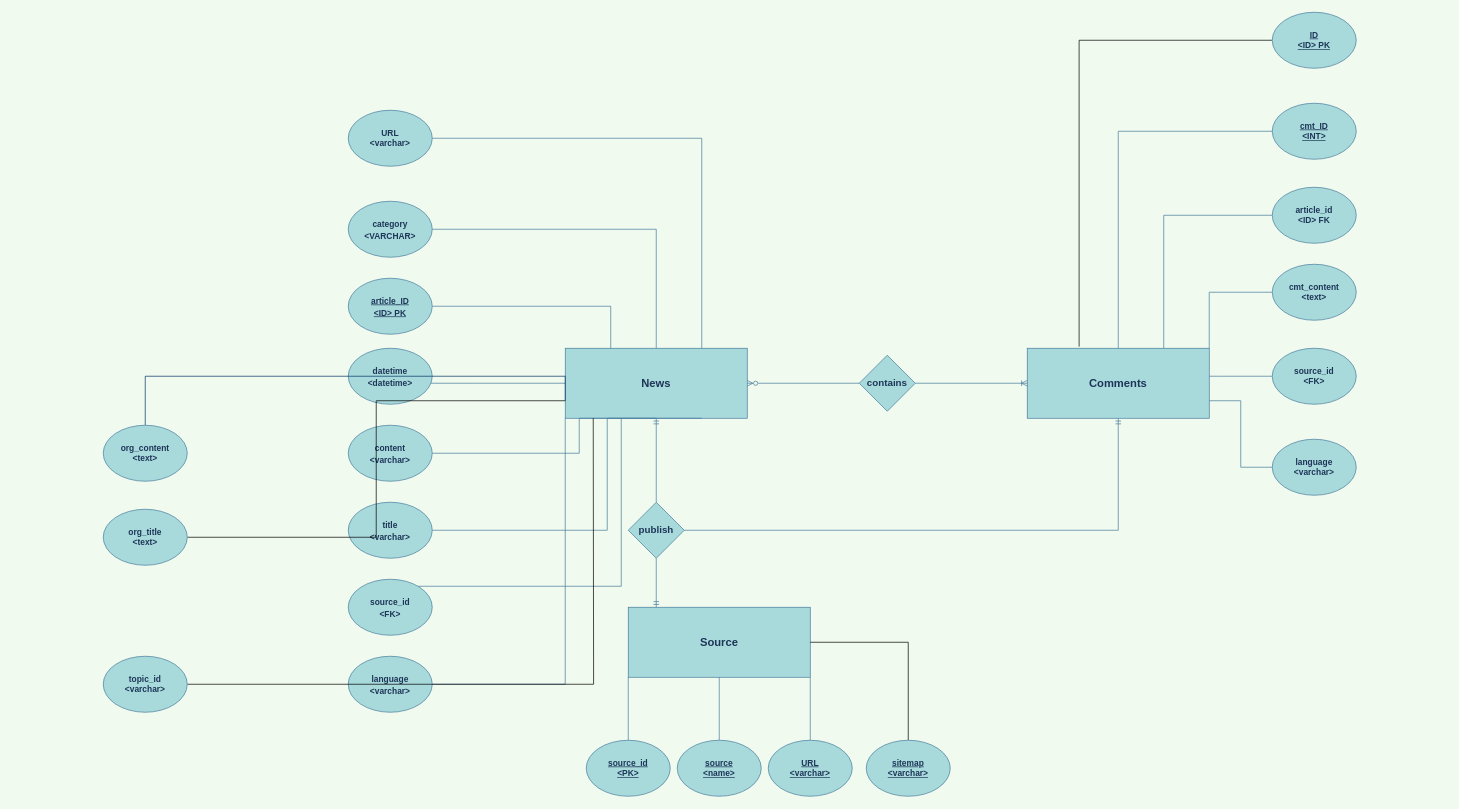
The draw.io diagram news_dataset.drawio in xiaochen93/xiaochen93, before the edit. Source tidied: cells renumbered, new cells numbered last; positions are measured from the earlier drawing's top-left corner, leaving out a move shared by most shapes. Both pictures are drawn from the tidied source at 70%, with x=0, y=0 at pixel (103, 12).
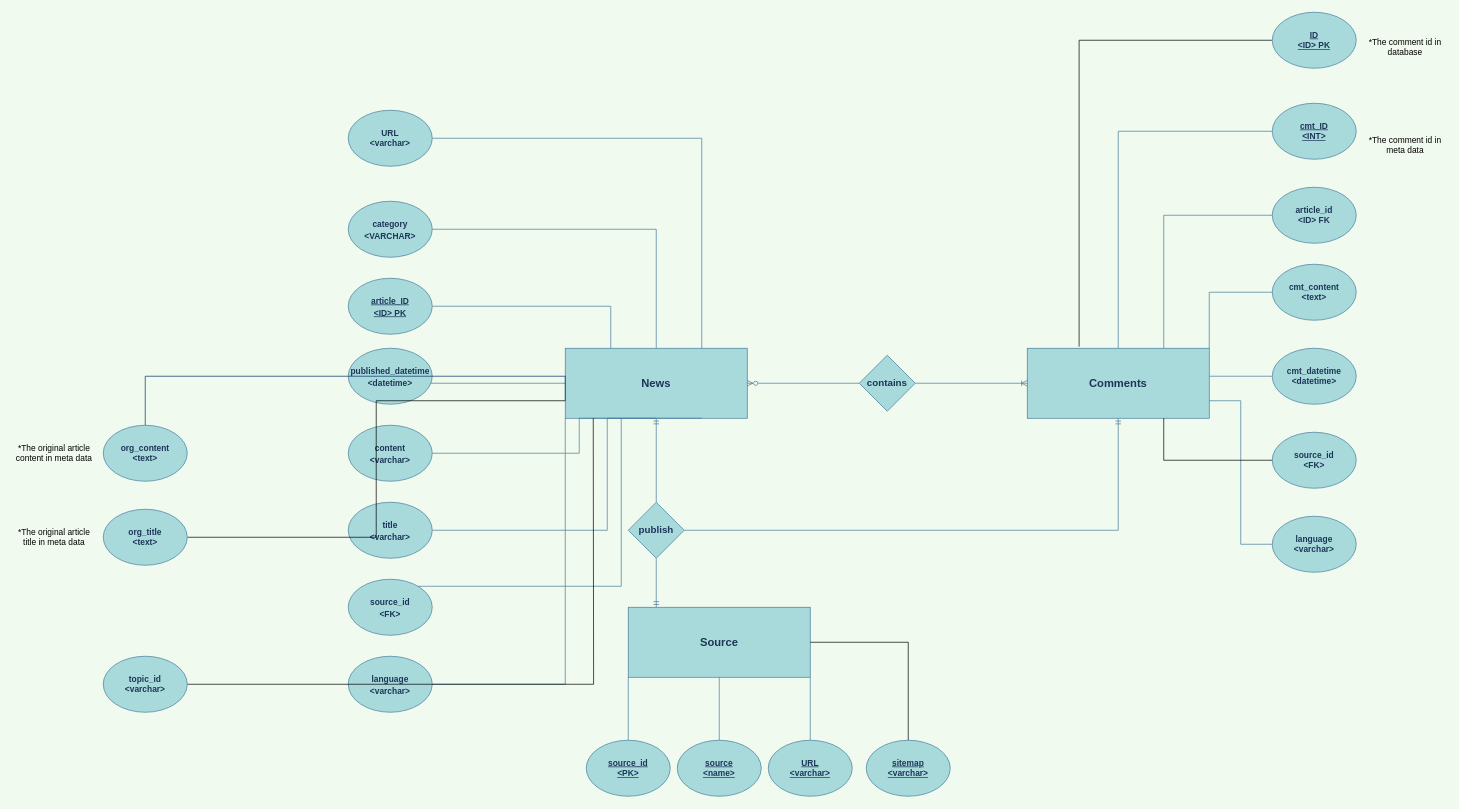
The same page after the edit.

Unchanged cells that the change refers to:
```xml
<mxCell id="20" value="Comments" style="rounded=0;whiteSpace=wrap;html=1;fontSize=16;fontStyle=1;fillColor=#A8DADC;strokeColor=#457B9D;fontColor=#1D3557;" parent="1" vertex="1">
  <mxGeometry x="1320" y="480" width="260" height="100" as="geometry" />
</mxCell>
```

What changed in the source:
```diff
@@
-    <mxCell id="9" value="&lt;font style=&quot;font-size: 12px;&quot;&gt;datetime&lt;br style=&quot;&quot;&gt;&amp;lt;datetime&amp;gt;&lt;/font&gt;" style="ellipse;whiteSpace=wrap;html=1;fontStyle=1;fontSize=14;fillColor=#A8DADC;strokeColor=#457B9D;fontColor=#1D3557;" parent="1" vertex="1">
+    <mxCell id="9" value="&lt;font style=&quot;font-size: 12px;&quot;&gt;published_datetime&lt;br style=&quot;&quot;&gt;&amp;lt;datetime&amp;gt;&lt;/font&gt;" style="ellipse;whiteSpace=wrap;html=1;fontStyle=1;fontSize=14;fillColor=#A8DADC;strokeColor=#457B9D;fontColor=#1D3557;" parent="1" vertex="1">
       <mxGeometry x="350" y="480" width="120" height="80" as="geometry" />
     </mxCell>
@@
-    <mxCell id="31" value="source_id&lt;br&gt;&amp;lt;FK&amp;gt;" style="ellipse;whiteSpace=wrap;html=1;fontStyle=1;fillColor=#A8DADC;strokeColor=#457B9D;fontColor=#1D3557;" parent="1" vertex="1">
+    <mxCell id="31" value="cmt_datetime&lt;br&gt;&amp;lt;datetime&amp;gt;" style="ellipse;whiteSpace=wrap;html=1;fontStyle=1;fillColor=#A8DADC;strokeColor=#457B9D;fontColor=#1D3557;" parent="1" vertex="1">
       <mxGeometry x="1670" y="480" width="120" height="80" as="geometry" />
     </mxCell>
@@
     <mxCell id="43" value="language&lt;br&gt;&amp;lt;varchar&amp;gt;" style="ellipse;whiteSpace=wrap;html=1;fontStyle=1;fillColor=#A8DADC;strokeColor=#457B9D;fontColor=#1D3557;" parent="1" vertex="1">
-      <mxGeometry x="1670" y="610" width="120" height="80" as="geometry" />
+      <mxGeometry x="1670" y="720" width="120" height="80" as="geometry" />
     </mxCell>
@@
+    <mxCell id="54" value="*The comment id in meta data" style="rounded=0;whiteSpace=wrap;html=1;fontSize=12;fillColor=none;strokeColor=none;" parent="1" vertex="1">
+      <mxGeometry x="1800" y="160" width="120" height="60" as="geometry" />
+    </mxCell>
+    <mxCell id="55" value="*The comment id in database" style="rounded=0;whiteSpace=wrap;html=1;fontSize=12;fillColor=none;strokeColor=none;" parent="1" vertex="1">
+      <mxGeometry x="1800" y="20" width="120" height="60" as="geometry" />
+    </mxCell>
+    <mxCell id="56" value="*The original article content in meta data" style="rounded=0;whiteSpace=wrap;html=1;fontSize=12;fillColor=none;strokeColor=none;" parent="1" vertex="1">
+      <mxGeometry x="-130" y="600" width="120" height="60" as="geometry" />
+    </mxCell>
+    <mxCell id="57" value="*The original article title in meta data" style="rounded=0;whiteSpace=wrap;html=1;fontSize=12;fillColor=none;strokeColor=none;" parent="1" vertex="1">
+      <mxGeometry x="-130" y="720" width="120" height="60" as="geometry" />
+    </mxCell>
+    <mxCell id="58" style="edgeStyle=orthogonalEdgeStyle;rounded=0;jettySize=auto;html=1;entryX=0.75;entryY=1;entryDx=0;entryDy=0;fontSize=12;endArrow=none;endFill=0;" parent="1" edge="1" source="59" target="20">
+      <mxGeometry relative="1" as="geometry" />
+    </mxCell>
+    <mxCell id="59" value="source_id&lt;br&gt;&amp;lt;FK&amp;gt;" style="ellipse;whiteSpace=wrap;html=1;fontStyle=1;fillColor=#A8DADC;strokeColor=#457B9D;fontColor=#1D3557;" parent="1" vertex="1">
+      <mxGeometry x="1670" y="600" width="120" height="80" as="geometry" />
+    </mxCell>
```
